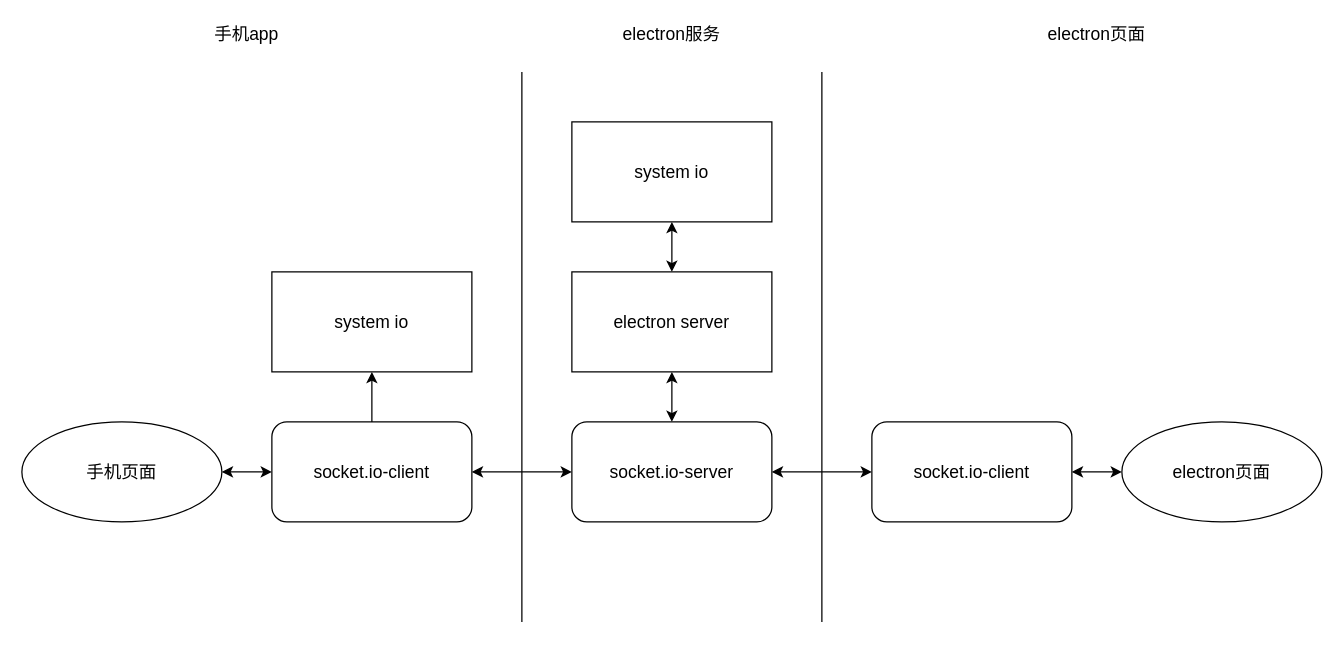
lyr613/novel-editor-Mobile keeps this draw.io diagram as doc/通信.drawio. Above is the earlier version. Source tidied: cells renumbered, new cells numbered last; positions are measured from the earlier drawing's top-left corner, leaving out a move shared by most shapes. Both pictures are drawn from the tidied source at 125%, with x=0, y=0 at pixel (21, 21).
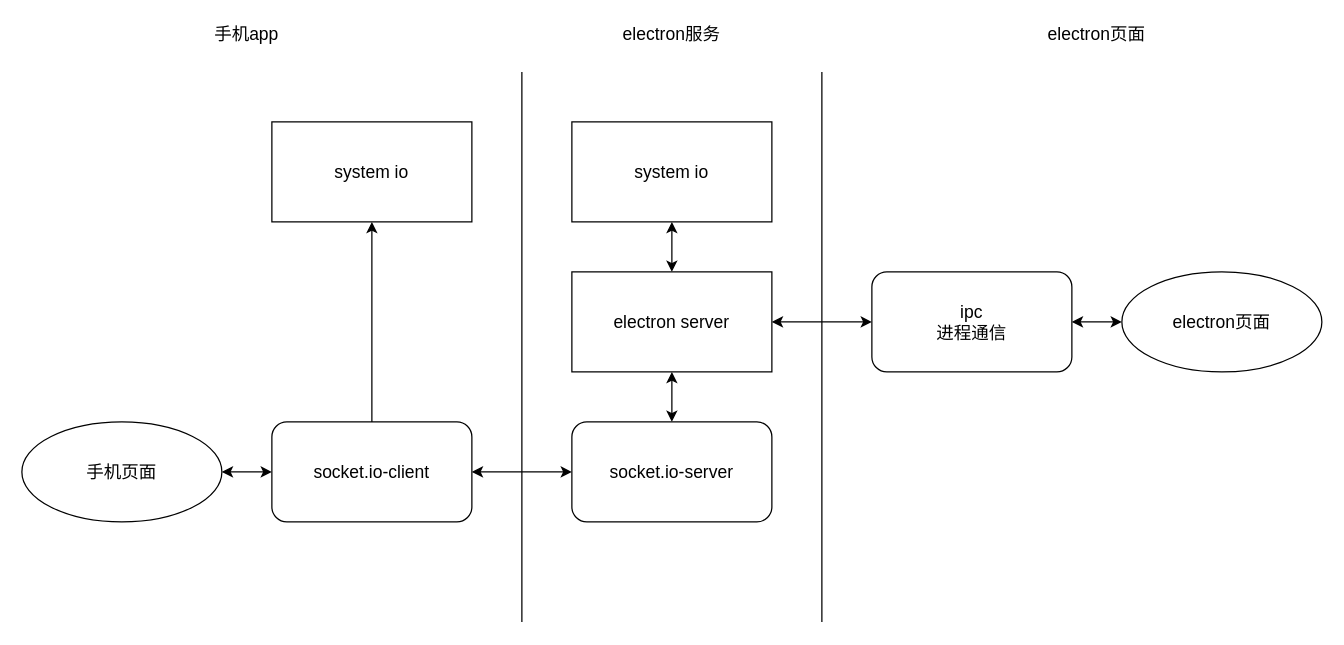
The same page after the edit.

The change refers to these unchanged cells:
```xml
<mxCell id="5" value="socket.io-server" style="rounded=1;whiteSpace=wrap;html=1;fontSize=14;" parent="1" vertex="1">
  <mxGeometry x="440" y="320" width="160" height="80" as="geometry" />
</mxCell>
<mxCell id="8" value="electron server" style="rounded=1;whiteSpace=wrap;html=1;fontSize=14;arcSize=0;" parent="1" vertex="1">
  <mxGeometry x="440" y="200" width="160" height="80" as="geometry" />
</mxCell>
```

The edit, as a diff of the source:
```diff
@@
-    <mxCell id="9" value="socket.io-client" style="rounded=1;whiteSpace=wrap;html=1;fontSize=14;" parent="1" vertex="1">
-      <mxGeometry x="680" y="320" width="160" height="80" as="geometry" />
+    <mxCell id="9" value="ipc&lt;br&gt;进程通信" style="rounded=1;whiteSpace=wrap;html=1;fontSize=14;" parent="1" vertex="1">
+      <mxGeometry x="680" y="200" width="160" height="80" as="geometry" />
     </mxCell>
-    <mxCell id="10" style="endArrow=classic;startArrow=classic;html=1;fontSize=14;exitX=1;exitY=0.5;exitDx=0;exitDy=0;entryX=0;entryY=0.5;entryDx=0;entryDy=0;" parent="1" edge="1" source="5" target="9">
+    <mxCell id="10" style="endArrow=classic;startArrow=classic;html=1;fontSize=14;exitX=1;exitY=0.5;exitDx=0;exitDy=0;entryX=0;entryY=0.5;entryDx=0;entryDy=0;" parent="1" edge="1" source="8" target="9">
       <mxGeometry relative="1" as="geometry" />
     </mxCell>
@@
     <mxCell id="17" value="&lt;span style=&quot;font-size: 14px&quot;&gt;electron页面&lt;/span&gt;" style="ellipse;whiteSpace=wrap;html=1;fontSize=14;" parent="1" vertex="1">
-      <mxGeometry x="880" y="320" width="160" height="80" as="geometry" />
+      <mxGeometry x="880" y="200" width="160" height="80" as="geometry" />
     </mxCell>
@@
     <mxCell id="21" value="system io" style="rounded=1;whiteSpace=wrap;html=1;fontSize=14;arcSize=0;" parent="1" vertex="1">
-      <mxGeometry x="200" y="200" width="160" height="80" as="geometry" />
+      <mxGeometry x="200" y="80" width="160" height="80" as="geometry" />
     </mxCell>
```
